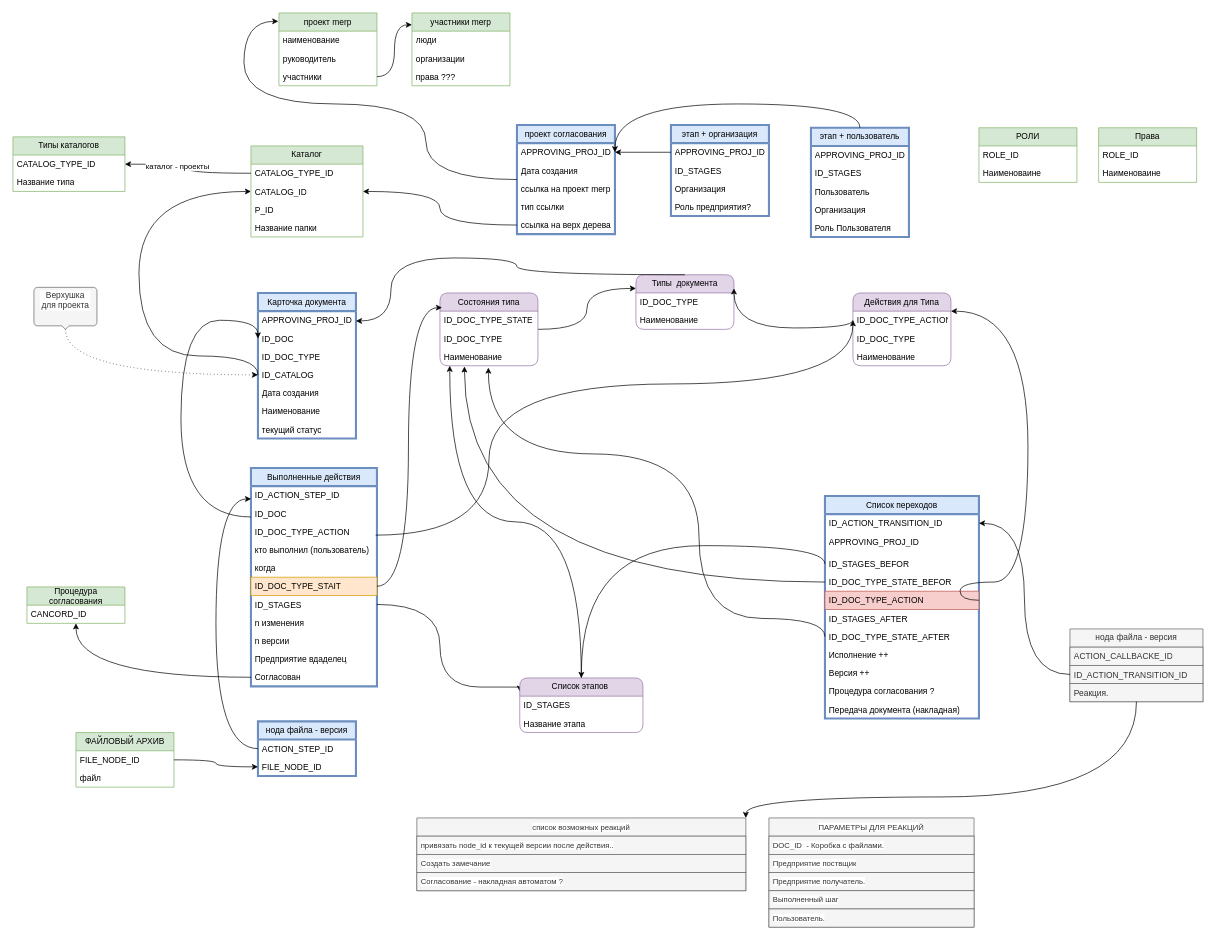
Before: сущность проектной документации.drawio in sashok74/diagrams, a draw.io diagram. Source tidied: cells renumbered, new cells numbered last; positions are measured from the earlier drawing's top-left corner, leaving out a move shared by most shapes. Both pictures are drawn from the tidied source at 70%, with x=0, y=0 at pixel (13, 13).
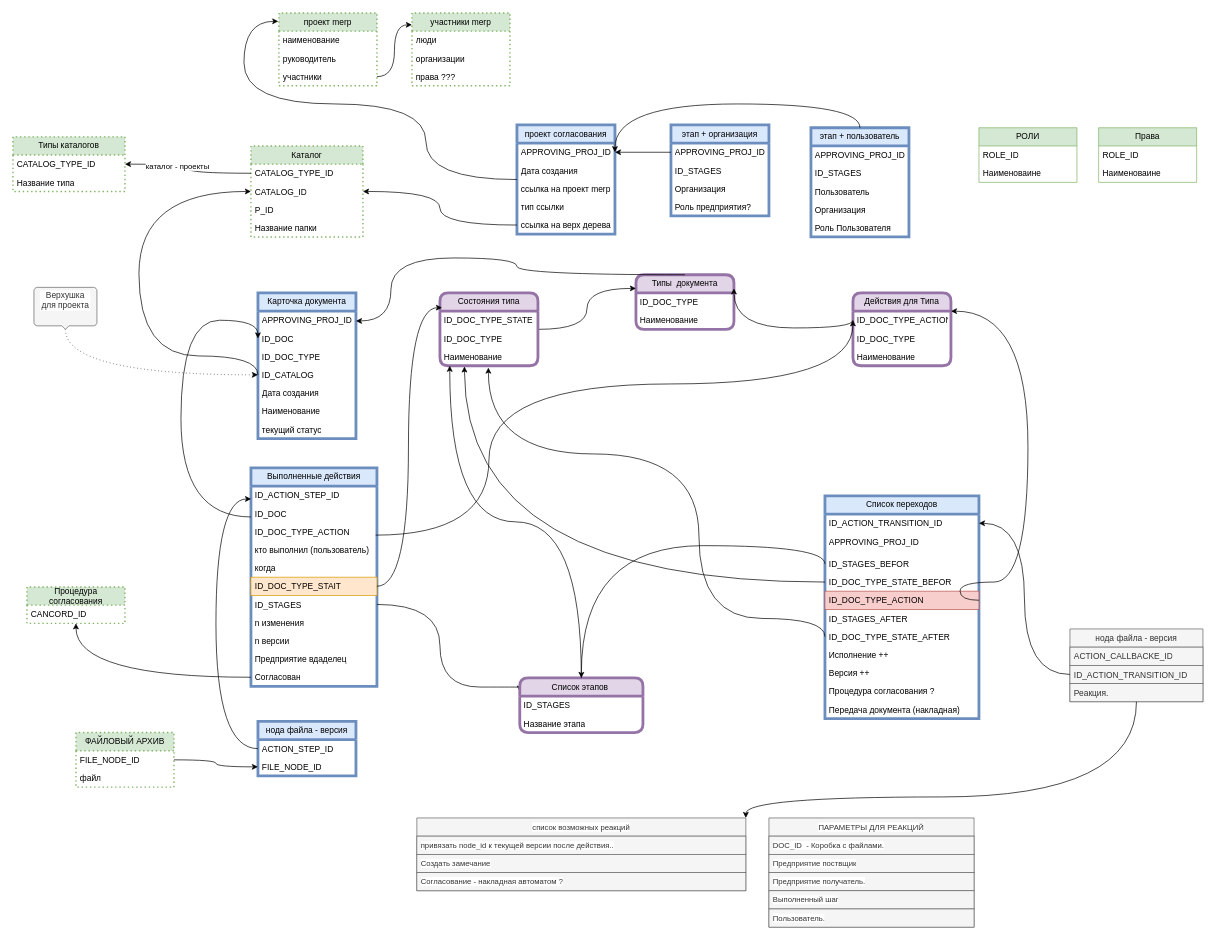
The same page after the edit.

Change to the diagram source:
```diff
@@
-    <mxCell id="2" value="проект merp" style="swimlane;fontStyle=0;horizontal=1;startSize=26;fillColor=#d5e8d4;whiteSpace=wrap;html=1;strokeColor=#82b366;" parent="1" vertex="1">
+    <mxCell id="2" value="проект merp" style="swimlane;fontStyle=0;horizontal=1;startSize=26;fillColor=#d5e8d4;whiteSpace=wrap;html=1;strokeColor=#82b366;dashed=1;dashPattern=1 2;strokeWidth=2;" parent="1" vertex="1">
       <mxGeometry x="380" width="140" height="104" as="geometry" />
     </mxCell>
@@
-    <mxCell id="6" value="участники merp" style="swimlane;fontStyle=0;horizontal=1;startSize=26;fillColor=#d5e8d4;whiteSpace=wrap;html=1;strokeColor=#82b366;" parent="1" vertex="1">
+    <mxCell id="6" value="участники merp" style="swimlane;fontStyle=0;horizontal=1;startSize=26;fillColor=#d5e8d4;whiteSpace=wrap;html=1;strokeColor=#82b366;dashed=1;dashPattern=1 2;strokeWidth=2;" parent="1" vertex="1">
       <mxGeometry x="570" width="140" height="104" as="geometry" />
     </mxCell>
@@
-    <mxCell id="11" value="проект согласования" style="swimlane;fontStyle=0;horizontal=1;startSize=26;fillColor=#dae8fc;whiteSpace=wrap;html=1;strokeColor=#6c8ebf;strokeWidth=3;" parent="1" vertex="1">
+    <mxCell id="11" value="проект согласования" style="swimlane;fontStyle=0;horizontal=1;startSize=26;fillColor=#dae8fc;whiteSpace=wrap;html=1;strokeColor=#6c8ebf;strokeWidth=4;" parent="1" vertex="1">
       <mxGeometry x="720" y="160" width="140" height="156" as="geometry" />
     </mxCell>
@@
-    <mxCell id="18" value="&lt;div&gt;Каталог&lt;/div&gt;" style="swimlane;fontStyle=0;horizontal=1;startSize=26;fillColor=#d5e8d4;whiteSpace=wrap;html=1;strokeColor=#82b366;" parent="1" vertex="1">
+    <mxCell id="18" value="&lt;div&gt;Каталог&lt;/div&gt;" style="swimlane;fontStyle=0;horizontal=1;startSize=26;fillColor=#d5e8d4;whiteSpace=wrap;html=1;strokeColor=#82b366;dashed=1;dashPattern=1 2;strokeWidth=2;" parent="1" vertex="1">
       <mxGeometry x="340" y="190" width="160" height="130" as="geometry" />
     </mxCell>
@@
-    <mxCell id="24" value="Карточка документа" style="swimlane;fontStyle=0;horizontal=1;startSize=26;fillColor=#dae8fc;whiteSpace=wrap;html=1;strokeColor=#6c8ebf;rounded=0;shadow=0;glass=0;strokeWidth=3;" parent="1" vertex="1">
+    <mxCell id="24" value="Карточка документа" style="swimlane;fontStyle=0;horizontal=1;startSize=26;fillColor=#dae8fc;whiteSpace=wrap;html=1;strokeColor=#6c8ebf;rounded=0;shadow=0;glass=0;strokeWidth=4;" parent="1" vertex="1">
       <mxGeometry x="350" y="400" width="140" height="208" as="geometry" />
     </mxCell>
@@
-    <mxCell id="32" value="Типы&amp;nbsp; документа" style="swimlane;fontStyle=0;horizontal=1;startSize=26;fillColor=#e1d5e7;whiteSpace=wrap;html=1;strokeColor=#9673a6;rounded=1;" parent="1" vertex="1">
+    <mxCell id="32" value="Типы&amp;nbsp; документа" style="swimlane;fontStyle=0;horizontal=1;startSize=26;fillColor=#e1d5e7;whiteSpace=wrap;html=1;strokeColor=#9673a6;rounded=1;strokeWidth=4;" parent="1" vertex="1">
       <mxGeometry x="890" y="374" width="140" height="78" as="geometry" />
     </mxCell>
@@
-    <mxCell id="35" value="Действия для Типа" style="swimlane;fontStyle=0;horizontal=1;startSize=26;fillColor=#e1d5e7;whiteSpace=wrap;html=1;strokeColor=#9673a6;rounded=1;" parent="1" vertex="1">
+    <mxCell id="35" value="Действия для Типа" style="swimlane;fontStyle=0;horizontal=1;startSize=26;fillColor=#e1d5e7;whiteSpace=wrap;html=1;strokeColor=#9673a6;rounded=1;strokeWidth=4;" parent="1" vertex="1">
       <mxGeometry x="1200" y="400" width="140" height="104" as="geometry" />
     </mxCell>
@@
-    <mxCell id="45" value="Выполненные действия" style="swimlane;fontStyle=0;horizontal=1;startSize=26;fillColor=#dae8fc;whiteSpace=wrap;html=1;strokeColor=#6c8ebf;strokeWidth=3;" parent="1" vertex="1">
+    <mxCell id="45" value="Выполненные действия" style="swimlane;fontStyle=0;horizontal=1;startSize=26;fillColor=#dae8fc;whiteSpace=wrap;html=1;strokeColor=#6c8ebf;strokeWidth=4;" parent="1" vertex="1">
       <mxGeometry x="340" y="650" width="180" height="312" as="geometry" />
     </mxCell>
@@
-    <mxCell id="59" value="&lt;div&gt;Состояния типа&lt;/div&gt;" style="swimlane;fontStyle=0;horizontal=1;startSize=26;fillColor=#e1d5e7;whiteSpace=wrap;html=1;strokeColor=#9673a6;rounded=1;" parent="1" vertex="1">
+    <mxCell id="59" value="&lt;div&gt;Состояния типа&lt;/div&gt;" style="swimlane;fontStyle=0;horizontal=1;startSize=26;fillColor=#e1d5e7;whiteSpace=wrap;html=1;strokeColor=#9673a6;rounded=1;strokeWidth=4;" parent="1" vertex="1">
       <mxGeometry x="610" y="400" width="140" height="104" as="geometry" />
     </mxCell>
@@
-    <mxCell id="66" value="Список переходов" style="swimlane;fontStyle=0;horizontal=1;startSize=26;fillColor=#dae8fc;whiteSpace=wrap;html=1;strokeColor=#6c8ebf;strokeWidth=3;" parent="1" vertex="1">
+    <mxCell id="66" value="Список переходов" style="swimlane;fontStyle=0;horizontal=1;startSize=26;fillColor=#dae8fc;whiteSpace=wrap;html=1;strokeColor=#6c8ebf;strokeWidth=4;" parent="1" vertex="1">
       <mxGeometry x="1160" y="690" width="220" height="318" as="geometry" />
     </mxCell>
@@
-    <mxCell id="79" value="Список этапов&amp;nbsp;" style="swimlane;fontStyle=0;horizontal=1;startSize=26;fillColor=#e1d5e7;whiteSpace=wrap;html=1;strokeColor=#9673a6;rounded=1;" parent="1" vertex="1">
+    <mxCell id="79" value="Список этапов&amp;nbsp;" style="swimlane;fontStyle=0;horizontal=1;startSize=26;fillColor=#e1d5e7;whiteSpace=wrap;html=1;strokeColor=#9673a6;rounded=1;strokeWidth=4;" parent="1" vertex="1">
       <mxGeometry x="724" y="950" width="176" height="78" as="geometry" />
     </mxCell>
@@
-    <mxCell id="86" value="нода файла - версия" style="swimlane;fontStyle=0;horizontal=1;startSize=26;fillColor=#dae8fc;whiteSpace=wrap;html=1;strokeColor=#6c8ebf;strokeWidth=3;" parent="1" vertex="1">
+    <mxCell id="86" value="нода файла - версия" style="swimlane;fontStyle=0;horizontal=1;startSize=26;fillColor=#dae8fc;whiteSpace=wrap;html=1;strokeColor=#6c8ebf;strokeWidth=4;" parent="1" vertex="1">
       <mxGeometry x="350" y="1012" width="140" height="78" as="geometry" />
     </mxCell>
@@
-    <mxCell id="90" value="ФАЙЛОВЫЙ АРХИВ" style="swimlane;fontStyle=0;horizontal=1;startSize=26;fillColor=#d5e8d4;whiteSpace=wrap;html=1;strokeColor=#82b366;" parent="1" vertex="1">
+    <mxCell id="90" value="ФАЙЛОВЫЙ АРХИВ" style="swimlane;fontStyle=0;horizontal=1;startSize=26;fillColor=#d5e8d4;whiteSpace=wrap;html=1;strokeColor=#82b366;dashed=1;dashPattern=1 2;strokeWidth=2;" parent="1" vertex="1">
       <mxGeometry x="90" y="1028" width="140" height="78" as="geometry" />
     </mxCell>
@@
-    <mxCell id="101" value="этап + организация" style="swimlane;fontStyle=0;horizontal=1;startSize=26;fillColor=#dae8fc;whiteSpace=wrap;html=1;strokeColor=#6c8ebf;strokeWidth=3;" parent="1" vertex="1">
+    <mxCell id="101" value="этап + организация" style="swimlane;fontStyle=0;horizontal=1;startSize=26;fillColor=#dae8fc;whiteSpace=wrap;html=1;strokeColor=#6c8ebf;strokeWidth=4;" parent="1" vertex="1">
       <mxGeometry x="940" y="160" width="140" height="130" as="geometry" />
     </mxCell>
@@
-    <mxCell id="106" value="этап + пользователь" style="swimlane;fontStyle=0;horizontal=1;startSize=26;fillColor=#dae8fc;whiteSpace=wrap;html=1;strokeColor=#6c8ebf;strokeWidth=3;" parent="1" vertex="1">
+    <mxCell id="106" value="этап + пользователь" style="swimlane;fontStyle=0;horizontal=1;startSize=26;fillColor=#dae8fc;whiteSpace=wrap;html=1;strokeColor=#6c8ebf;strokeWidth=4;" parent="1" vertex="1">
       <mxGeometry x="1140" y="164" width="140" height="156" as="geometry" />
     </mxCell>
@@
-    <mxCell id="124" value="Типы каталогов" style="swimlane;fontStyle=0;horizontal=1;startSize=26;fillColor=#d5e8d4;whiteSpace=wrap;html=1;strokeColor=#82b366;" parent="1" vertex="1">
+    <mxCell id="124" value="Типы каталогов" style="swimlane;fontStyle=0;horizontal=1;startSize=26;fillColor=#d5e8d4;whiteSpace=wrap;html=1;strokeColor=#82b366;dashed=1;dashPattern=1 2;strokeWidth=2;" parent="1" vertex="1">
       <mxGeometry y="177" width="160" height="78" as="geometry" />
     </mxCell>
@@
-    <mxCell id="131" value="Процедура согласования" style="swimlane;fontStyle=0;horizontal=1;startSize=26;fillColor=#d5e8d4;whiteSpace=wrap;html=1;strokeColor=#82b366;" parent="1" vertex="1">
+    <mxCell id="131" value="Процедура согласования" style="swimlane;fontStyle=0;horizontal=1;startSize=26;fillColor=#d5e8d4;whiteSpace=wrap;html=1;strokeColor=#82b366;dashed=1;dashPattern=1 2;strokeWidth=2;" parent="1" vertex="1">
       <mxGeometry x="20" y="820" width="140" height="52" as="geometry" />
     </mxCell>
```
